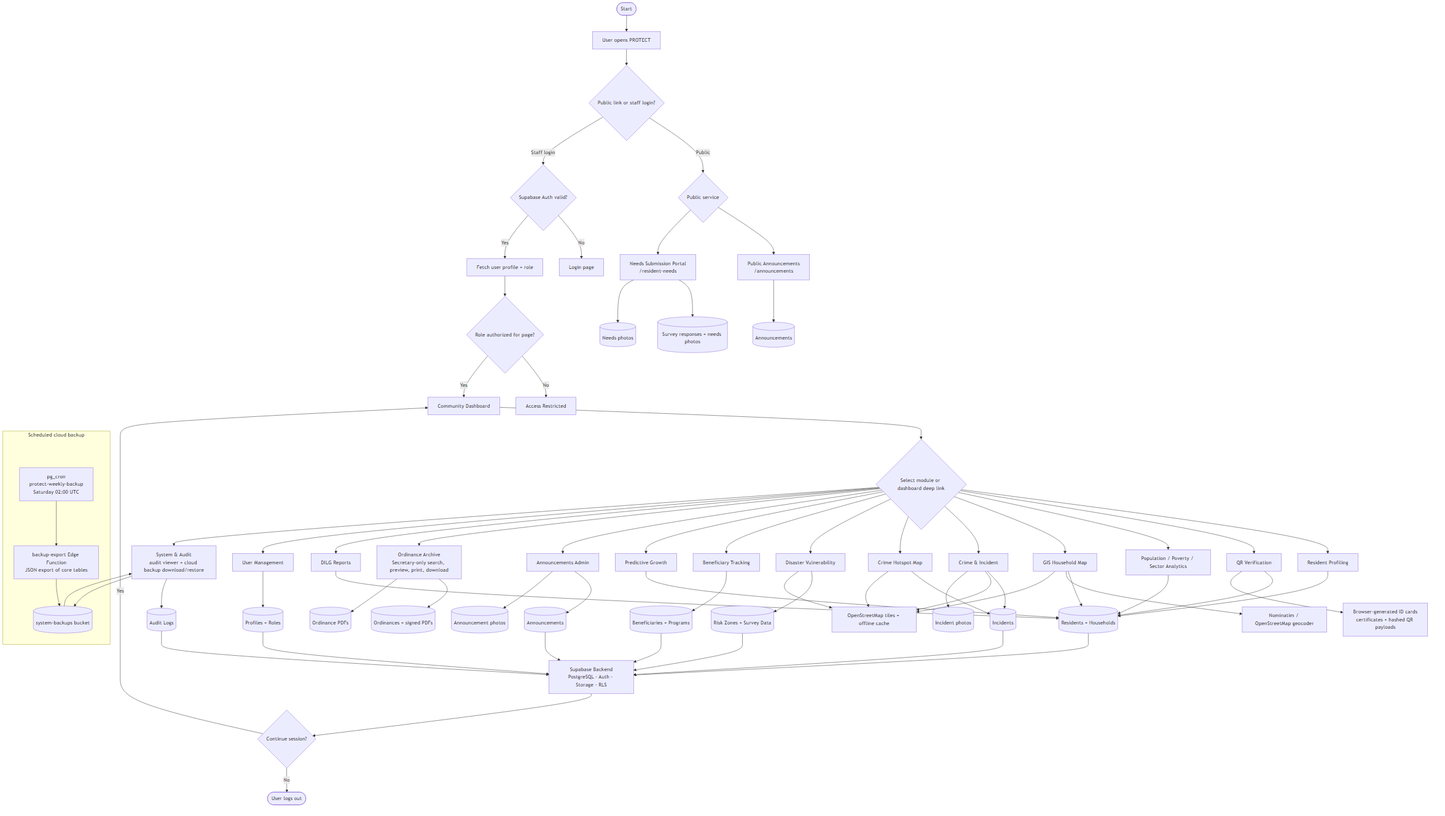
Earlier version of the Mermaid export diagrams/flowchart.png (KellyEspera/protect). Its source is kept beside it as diagrams/flowchart.mmd.
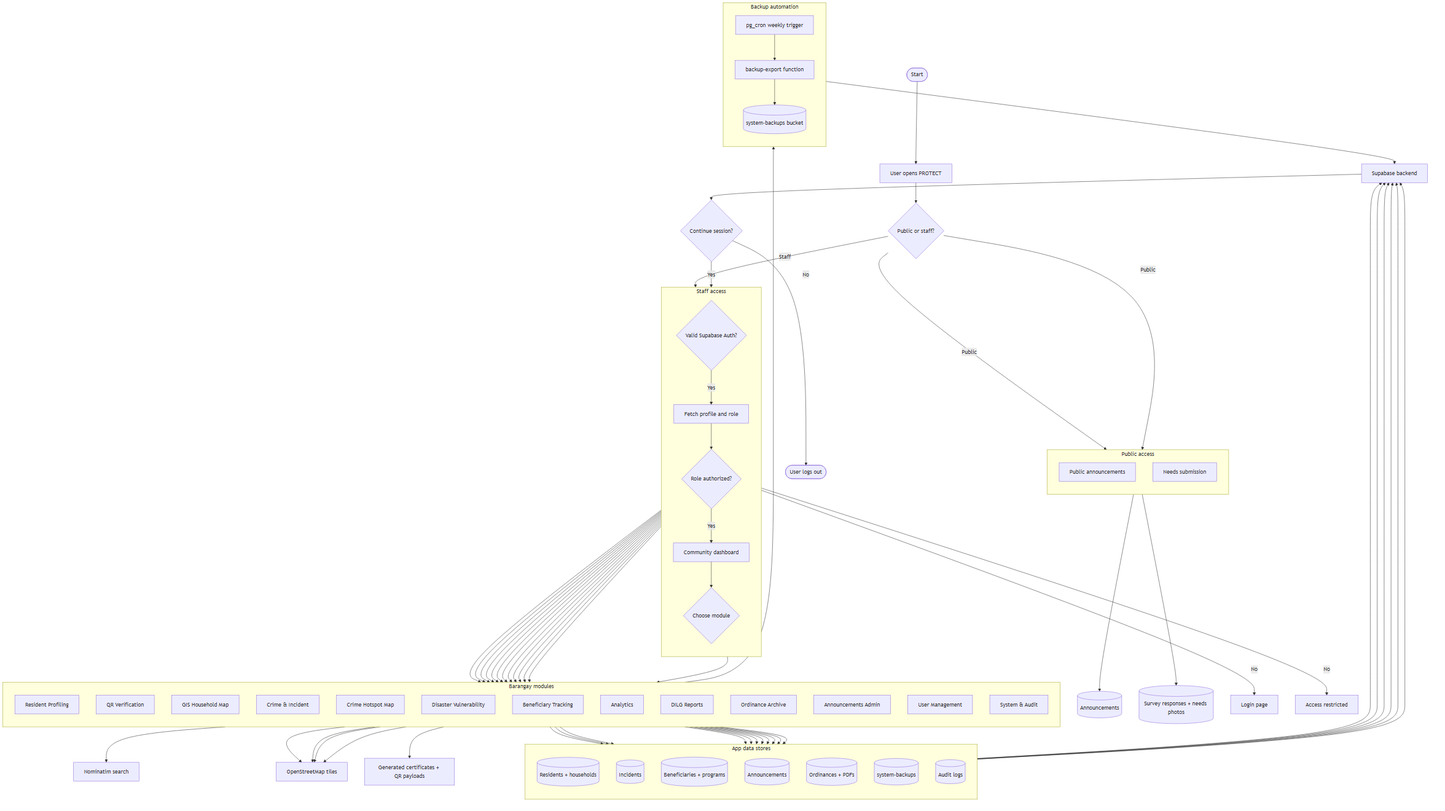
After the commit.

What changed in the source:
```diff
@@ -1,80 +1,115 @@
-flowchart TD
+flowchart TB
     Start([Start]) --> Open[User opens PROTECT]
-    Open --> Access{Public link or staff login?}
+    Open --> Access{Public or staff?}
 
-    Access -- Public --> Public{Public service}
-    Public --> Announcements[Public Announcements<br/>/announcements]
-    Public --> Needs[Needs Submission Portal<br/>/resident-needs]
+    subgraph PublicFlow[Public access]
+        direction TB
+        Announcements[Public announcements]
+        Needs[Needs submission]
+    end
+
+    Access -- Public --> Announcements
+    Access -- Public --> Needs
     Announcements --> PublicData[(Announcements)]
     Needs --> NeedsData[(Survey responses + needs photos)]
 
-    Access -- Staff login --> AuthCheck{Supabase Auth valid?}
+    subgraph StaffFlow[Staff access]
+        direction TB
+        AuthCheck{Valid Supabase Auth?}
+        Profile[Fetch profile and role]
+        RoleCheck{Role authorized?}
+        Dashboard[Community dashboard]
+        Choose{Choose module}
+    end
+
+    Access -- Staff --> AuthCheck
     AuthCheck -- No --> Login[Login page]
-    AuthCheck -- Yes --> Profile[Fetch user profile + role]
-    Profile --> RoleCheck{Role authorized for page?}
-    RoleCheck -- No --> Restricted[Access Restricted]
-    RoleCheck -- Yes --> Dashboard[Community Dashboard]
+    AuthCheck -- Yes --> Profile
+    Profile --> RoleCheck
+    RoleCheck -- No --> Restricted[Access restricted]
+    RoleCheck -- Yes --> Dashboard
+    Dashboard --> Choose
 
-    Dashboard --> Choose{Select module or dashboard deep link}
-    Choose --> Residents[Resident Profiling]
-    Choose --> QR[QR Verification]
-    Choose --> Analytics[Population / Poverty / Sector Analytics]
-    Choose --> GIS[GIS Household Map]
-    Choose --> Crime[Crime & Incident]
-    Choose --> Hotspot[Crime Hotspot Map]
-    Choose --> Disaster[Disaster Vulnerability]
-    Choose --> Beneficiary[Beneficiary Tracking]
-    Choose --> Predictive[Predictive Growth]
-    Choose --> AnnouncementsAdmin[Announcements Admin]
-    Choose --> OrdinanceAdmin[Ordinance Archive<br/>Secretary-only search, preview, print, download]
-    Choose --> Reports[DILG Reports]
-    Choose --> Users[User Management]
-    Choose --> AdminTools[System & Audit<br/>audit viewer + cloud backup download/restore]
+    subgraph Modules[Barangay modules]
+        direction TB
+        Residents[Resident Profiling]
+        QR[QR Verification]
+        GIS[GIS Household Map]
+        Crime[Crime & Incident]
+        Hotspot[Crime Hotspot Map]
+        Disaster[Disaster Vulnerability]
+        Beneficiary[Beneficiary Tracking]
+        Analytics[Analytics]
+        Reports[DILG Reports]
+        Ordinance[Ordinance Archive]
+        AnnouncementsAdmin[Announcements Admin]
+        Users[User Management]
+        AdminTools[System & Audit]
+    end
 
-    Residents --> DB[(Residents + Households)]
-    QR --> DB
-    Analytics --> DB
-    GIS --> DB
-    Crime --> IncidentData[(Incidents)]
-    Hotspot --> IncidentData
-    Disaster --> DisasterData[(Risk Zones + Survey Data)]
-    Beneficiary --> BenefitData[(Beneficiaries + Programs)]
-    Predictive --> DB
-    AnnouncementsAdmin --> AnnData[(Announcements)]
-    OrdinanceAdmin --> OrdinanceData[(Ordinances + signed PDFs)]
-    Reports --> DB
-    Users --> ProfileData[(Profiles + Roles)]
-    AdminTools --> AuditData[(Audit Logs)]
+    Choose --> Residents
+    Choose --> QR
+    Choose --> GIS
+    Choose --> Crime
+    Choose --> Hotspot
+    Choose --> Disaster
+    Choose --> Beneficiary
+    Choose --> Analytics
+    Choose --> Reports
+    Choose --> Ordinance
+    Choose --> AnnouncementsAdmin
+    Choose --> Users
+    Choose --> AdminTools
 
-    GIS --> Geocoder[Nominatim / OpenStreetMap geocoder]
-    GIS --> MapTiles[OpenStreetMap tiles + offline cache]
-    Crime --> MapTiles
-    Hotspot --> MapTiles
-    Disaster --> MapTiles
-    Crime --> IncidentMedia[(Incident photos)]
-    AnnouncementsAdmin --> AnnouncementMedia[(Announcement photos)]
-        Needs --> NeedsMedia[(Needs photos)]
-        OrdinanceAdmin --> OrdinanceMedia[(Ordinance PDFs)]
-    QR --> Document[Browser-generated ID cards<br/>certificates + hashed QR payloads]
+    subgraph Data[App data stores]
+        direction TB
+        ResidentsDB[(Residents + households)]
+        IncidentsDB[(Incidents)]
+        BenefitsDB[(Beneficiaries + programs)]
+        AnnDB[(Announcements)]
+        OrdinanceDB[(Ordinances + PDFs)]
+        BackupDB[(system-backups)]
+        AuditDB[(Audit logs)]
+    end
 
-        subgraph BackupAutomation[Scheduled cloud backup]
-            Cron[pg_cron<br/>protect-weekly-backup<br/>Saturday 02:00 UTC]
-            Export[backup-export Edge Function<br/>JSON export of core tables]
-            BackupStore[(system-backups bucket)]
-        end
+    Residents --> ResidentsDB
+    QR --> ResidentsDB
+    GIS --> ResidentsDB
+    Crime --> IncidentsDB
+    Hotspot --> IncidentsDB
+    Disaster --> IncidentsDB
+    Beneficiary --> BenefitsDB
+    AnnouncementsAdmin --> AnnDB
+    Ordinance --> OrdinanceDB
+    AdminTools --> AuditDB
+    AdminTools --> BackupDB
 
-        AdminTools --> BackupStore
-        BackupStore --> AdminTools
-        Cron --> Export
-        Export --> BackupStore
+    GIS --> Geo[Nominatim search]
+    GIS --> Tiles[OpenStreetMap tiles]
+    Crime --> Tiles
+    Hotspot --> Tiles
+    Disaster --> Tiles
 
-    DB --> Backend[Supabase Backend<br/>PostgreSQL · Auth · Storage · RLS]
-    IncidentData --> Backend
-    DisasterData --> Backend
-    BenefitData --> Backend
-    AnnData --> Backend
-    ProfileData --> Backend
-    AuditData --> Backend
+    QR --> Document[Generated certificates + QR payloads]
+
+    subgraph BackupAutomation[Backup automation]
+        direction TB
+        Cron[pg_cron weekly trigger]
+        Export[backup-export function]
+        Store[(system-backups bucket)]
+    end
+
+    Cron --> Export
+    Export --> Store
+    AdminTools --> Store
+
+    ResidentsDB --> Backend[Supabase backend]
+    IncidentsDB --> Backend
+    BenefitsDB --> Backend
+    AnnDB --> Backend
+    OrdinanceDB --> Backend
+    AuditDB --> Backend
+    Store --> Backend
 
     Backend --> Session{Continue session?}
     Session -- Yes --> Dashboard
```
